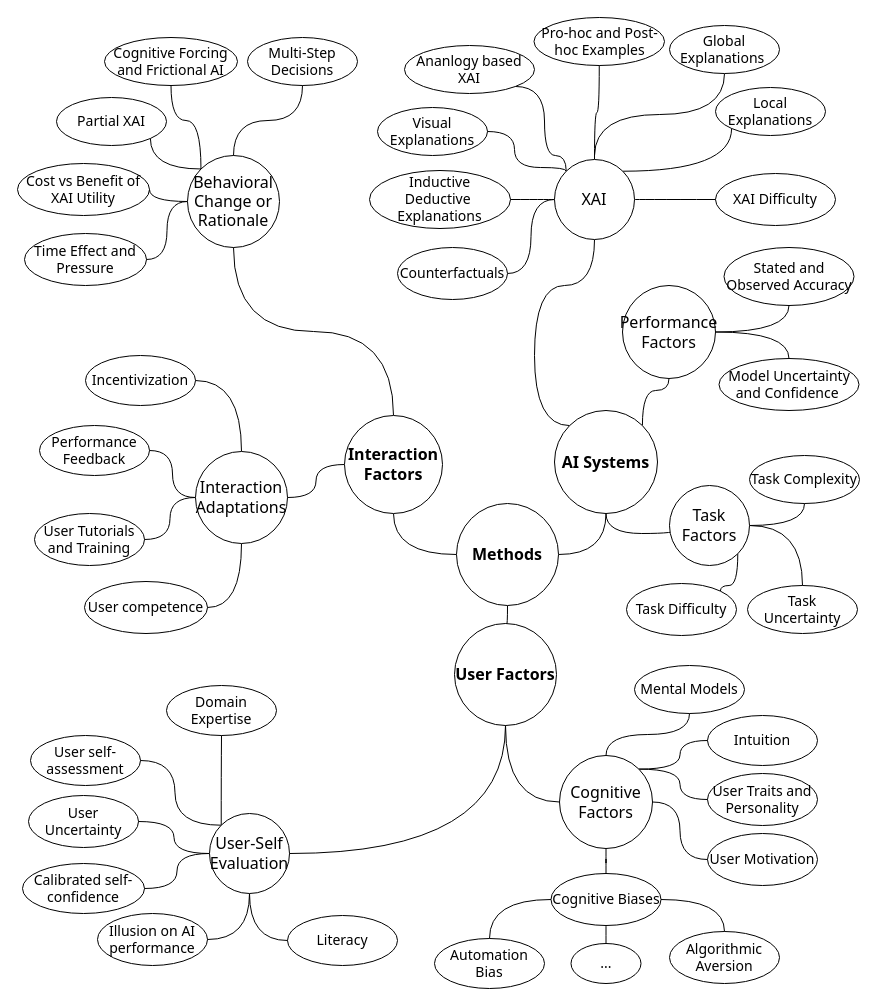
Above: ext/chi-rev-method-overview.drawio in raeeschaudhary/Coursera_Exams (draw.io), before the change. Source tidied: cells renumbered, new cells numbered last; positions are measured from the earlier drawing's top-left corner, leaving out a move shared by most shapes. Both pictures are drawn from the tidied source at 100%, with x=0, y=0 at pixel (17, 17).
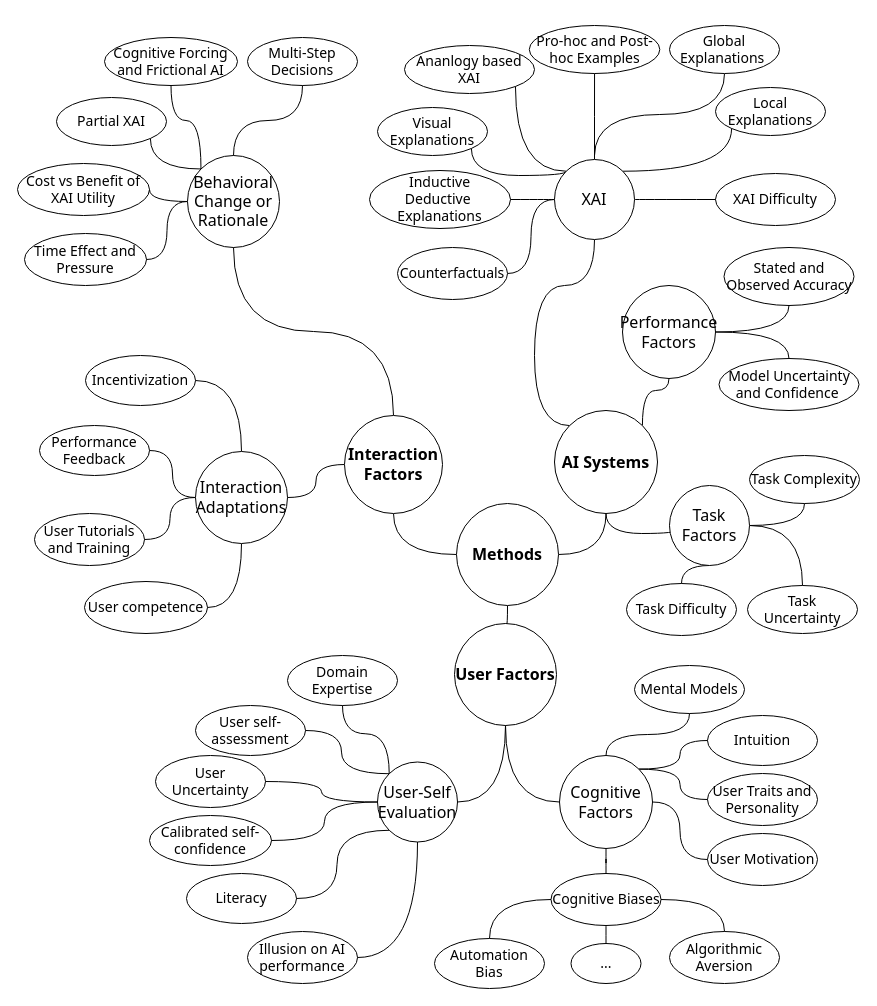
Above is the later version.

The change refers to these unchanged cells:
```xml
<mxCell id="8" value="Visual&lt;br&gt;&lt;div&gt;Explanations&lt;/div&gt;" style="ellipse;whiteSpace=wrap;html=1;fontFamily=Tahoma;fontSize=14;" parent="1" vertex="1">
  <mxGeometry x="360" y="90" width="110" height="48" as="geometry" />
</mxCell>
<mxCell id="11" value="Task Difficulty" style="ellipse;whiteSpace=wrap;html=1;fontFamily=Tahoma;fontSize=14;" parent="1" vertex="1">
  <mxGeometry x="609" y="566" width="110" height="52" as="geometry" />
</mxCell>
<mxCell id="28" value="Ananlogy based XAI" style="ellipse;whiteSpace=wrap;html=1;fontFamily=Tahoma;fontSize=14;" parent="1" vertex="1">
  <mxGeometry x="387" y="28" width="130" height="48" as="geometry" />
</mxCell>
<mxCell id="74" value="Task Factors" style="ellipse;whiteSpace=wrap;html=1;fontFamily=Tahoma;fontSize=16;" parent="1" vertex="1">
  <mxGeometry x="652" y="468" width="80" height="80" as="geometry" />
</mxCell>
<mxCell id="94" value="XAI" style="ellipse;whiteSpace=wrap;html=1;fontFamily=Tahoma;fontSize=16;" parent="1" vertex="1">
  <mxGeometry x="537" y="142" width="80" height="80" as="geometry" />
</mxCell>
```

Change to the diagram source:
```diff
@@
     <mxCell id="14" value="Literacy" style="ellipse;whiteSpace=wrap;html=1;fontFamily=Tahoma;fontSize=14;" parent="1" vertex="1">
-      <mxGeometry x="270" y="898" width="110" height="50" as="geometry" />
+      <mxGeometry x="169" y="856" width="110" height="50" as="geometry" />
     </mxCell>
     <mxCell id="15" value="Domain Expertise" style="ellipse;whiteSpace=wrap;html=1;fontFamily=Tahoma;fontSize=14;" parent="1" vertex="1">
-      <mxGeometry x="149" y="668" width="110" height="50" as="geometry" />
+      <mxGeometry x="270" y="638" width="110" height="50" as="geometry" />
     </mxCell>
@@
     <mxCell id="25" value="User self-assessment" style="ellipse;whiteSpace=wrap;html=1;fontFamily=Tahoma;fontSize=14;" parent="1" vertex="1">
-      <mxGeometry x="13" y="718" width="110" height="50" as="geometry" />
+      <mxGeometry x="178" y="688" width="110" height="50" as="geometry" />
     </mxCell>
     <mxCell id="26" value="Illusion on AI performance" style="ellipse;whiteSpace=wrap;html=1;fontFamily=Tahoma;fontSize=14;" parent="1" vertex="1">
-      <mxGeometry x="80" y="896" width="110" height="52" as="geometry" />
+      <mxGeometry x="230" y="914" width="110" height="52" as="geometry" />
     </mxCell>
@@
     <mxCell id="31" value="User Uncertainty" style="ellipse;whiteSpace=wrap;html=1;fontFamily=Tahoma;fontSize=14;" parent="1" vertex="1">
-      <mxGeometry x="11" y="778" width="110" height="52" as="geometry" />
+      <mxGeometry x="138" y="738" width="110" height="52" as="geometry" />
     </mxCell>
     <mxCell id="32" value="Pro-hoc and Post-hoc Examples" style="ellipse;whiteSpace=wrap;html=1;fontFamily=Tahoma;fontSize=14;" parent="1" vertex="1">
-      <mxGeometry x="516.5" width="130.5" height="48" as="geometry" />
+      <mxGeometry x="511.8" y="8" width="130.5" height="48" as="geometry" />
     </mxCell>
     <mxCell id="33" value="Calibrated self-confidence" style="ellipse;whiteSpace=wrap;html=1;fontFamily=Tahoma;fontSize=14;" parent="1" vertex="1">
-      <mxGeometry x="5" y="846" width="122" height="50" as="geometry" />
+      <mxGeometry x="132" y="798" width="122" height="50" as="geometry" />
     </mxCell>
@@
+    <mxCell id="59" style="edgeStyle=orthogonalEdgeStyle;shape=connector;curved=1;rounded=0;jettySize=auto;html=1;exitX=0.5;exitY=1;exitDx=0;exitDy=0;entryX=1;entryY=0.5;entryDx=0;entryDy=0;strokeColor=default;align=center;verticalAlign=middle;fontFamily=Helvetica;fontSize=11;fontColor=default;labelBackgroundColor=default;endArrow=none;endFill=0;" parent="1" edge="1" source="60" target="26">
+      <mxGeometry relative="1" as="geometry" />
+    </mxCell>
-    <mxCell id="58" style="edgeStyle=orthogonalEdgeStyle;shape=connector;curved=1;rounded=0;jettySize=auto;html=1;exitX=0.5;exitY=1;exitDx=0;exitDy=0;entryX=0;entryY=0.5;entryDx=0;entryDy=0;strokeColor=default;align=center;verticalAlign=middle;fontFamily=Helvetica;fontSize=11;fontColor=default;labelBackgroundColor=default;endArrow=none;endFill=0;" parent="1" edge="1" source="60" target="14">
+    <mxCell id="58" style="edgeStyle=orthogonalEdgeStyle;shape=connector;curved=1;rounded=0;jettySize=auto;html=1;exitX=0;exitY=1;exitDx=0;exitDy=0;entryX=1;entryY=0.5;entryDx=0;entryDy=0;strokeColor=default;align=center;verticalAlign=middle;fontFamily=Helvetica;fontSize=11;fontColor=default;labelBackgroundColor=default;endArrow=none;endFill=0;" parent="1" edge="1" source="60" target="14">
       <mxGeometry relative="1" as="geometry" />
     </mxCell>
-    <mxCell id="59" style="edgeStyle=orthogonalEdgeStyle;shape=connector;curved=1;rounded=0;jettySize=auto;html=1;exitX=0.5;exitY=1;exitDx=0;exitDy=0;entryX=1;entryY=0.5;entryDx=0;entryDy=0;strokeColor=default;align=center;verticalAlign=middle;fontFamily=Helvetica;fontSize=11;fontColor=default;labelBackgroundColor=default;endArrow=none;endFill=0;" parent="1" edge="1" source="60" target="26">
-      <mxGeometry relative="1" as="geometry" />
-    </mxCell>
     <mxCell id="60" value="User-Self Evaluation" style="ellipse;whiteSpace=wrap;html=1;fontFamily=Tahoma;fontSize=16;" parent="1" vertex="1">
-      <mxGeometry x="192" y="796" width="80" height="80" as="geometry" />
+      <mxGeometry x="360" y="744.5" width="80" height="80" as="geometry" />
     </mxCell>
@@
-    <mxCell id="73" style="edgeStyle=orthogonalEdgeStyle;shape=connector;curved=1;rounded=0;jettySize=auto;html=1;exitX=1;exitY=1;exitDx=0;exitDy=0;entryX=1;entryY=0;entryDx=0;entryDy=0;strokeColor=default;align=center;verticalAlign=middle;fontFamily=Helvetica;fontSize=11;fontColor=default;labelBackgroundColor=default;endArrow=none;endFill=0;" parent="1" edge="1" source="74" target="11">
+    <mxCell id="73" style="edgeStyle=orthogonalEdgeStyle;shape=connector;curved=1;rounded=0;jettySize=auto;html=1;exitX=0.5;exitY=1;exitDx=0;exitDy=0;entryX=0.5;entryY=0;entryDx=0;entryDy=0;strokeColor=default;align=center;verticalAlign=middle;fontFamily=Helvetica;fontSize=11;fontColor=default;labelBackgroundColor=default;endArrow=none;endFill=0;" parent="1" edge="1" source="74" target="11">
       <mxGeometry relative="1" as="geometry" />
     </mxCell>
@@
-    <mxCell id="90" style="edgeStyle=orthogonalEdgeStyle;shape=connector;curved=1;rounded=0;jettySize=auto;html=1;exitX=0;exitY=0;exitDx=0;exitDy=0;entryX=1;entryY=0.5;entryDx=0;entryDy=0;strokeColor=default;align=center;verticalAlign=middle;fontFamily=Helvetica;fontSize=11;fontColor=default;labelBackgroundColor=default;endArrow=none;endFill=0;" parent="1" edge="1" source="94" target="8">
-      <mxGeometry relative="1" as="geometry">
-        <Array as="points">
-          <mxPoint x="549" y="150" />
-          <mxPoint x="497" y="150" />
-          <mxPoint x="497" y="114" />
-        </Array>
-      </mxGeometry>
-    </mxCell>
-    <mxCell id="91" style="edgeStyle=orthogonalEdgeStyle;shape=connector;curved=1;rounded=0;jettySize=auto;html=1;exitX=0;exitY=0;exitDx=0;exitDy=0;entryX=1;entryY=1;entryDx=0;entryDy=0;strokeColor=default;align=center;verticalAlign=middle;fontFamily=Helvetica;fontSize=11;fontColor=default;labelBackgroundColor=default;endArrow=none;endFill=0;" parent="1" edge="1" source="94" target="28">
-      <mxGeometry relative="1" as="geometry">
-        <Array as="points">
-          <mxPoint x="549" y="138" />
-          <mxPoint x="527" y="138" />
-          <mxPoint x="527" y="69" />
-        </Array>
-      </mxGeometry>
-    </mxCell>
@@
+    <mxCell id="91" style="edgeStyle=orthogonalEdgeStyle;shape=connector;curved=1;rounded=0;jettySize=auto;html=1;exitX=0;exitY=0;exitDx=0;exitDy=0;entryX=1;entryY=1;entryDx=0;entryDy=0;strokeColor=default;align=center;verticalAlign=middle;fontFamily=Helvetica;fontSize=11;fontColor=default;labelBackgroundColor=default;endArrow=none;endFill=0;" parent="1" edge="1" source="94" target="28">
+      <mxGeometry relative="1" as="geometry" />
+    </mxCell>
+    <mxCell id="90" style="edgeStyle=orthogonalEdgeStyle;shape=connector;curved=1;rounded=0;jettySize=auto;html=1;exitX=0;exitY=0;exitDx=0;exitDy=0;entryX=1;entryY=1;entryDx=0;entryDy=0;strokeColor=default;align=center;verticalAlign=middle;fontFamily=Helvetica;fontSize=11;fontColor=default;labelBackgroundColor=default;endArrow=none;endFill=0;" parent="1" edge="1" source="94" target="8">
+      <mxGeometry relative="1" as="geometry">
+        <Array as="points">
+          <mxPoint x="549" y="158" />
+          <mxPoint x="454" y="158" />
+        </Array>
+      </mxGeometry>
+    </mxCell>
```
